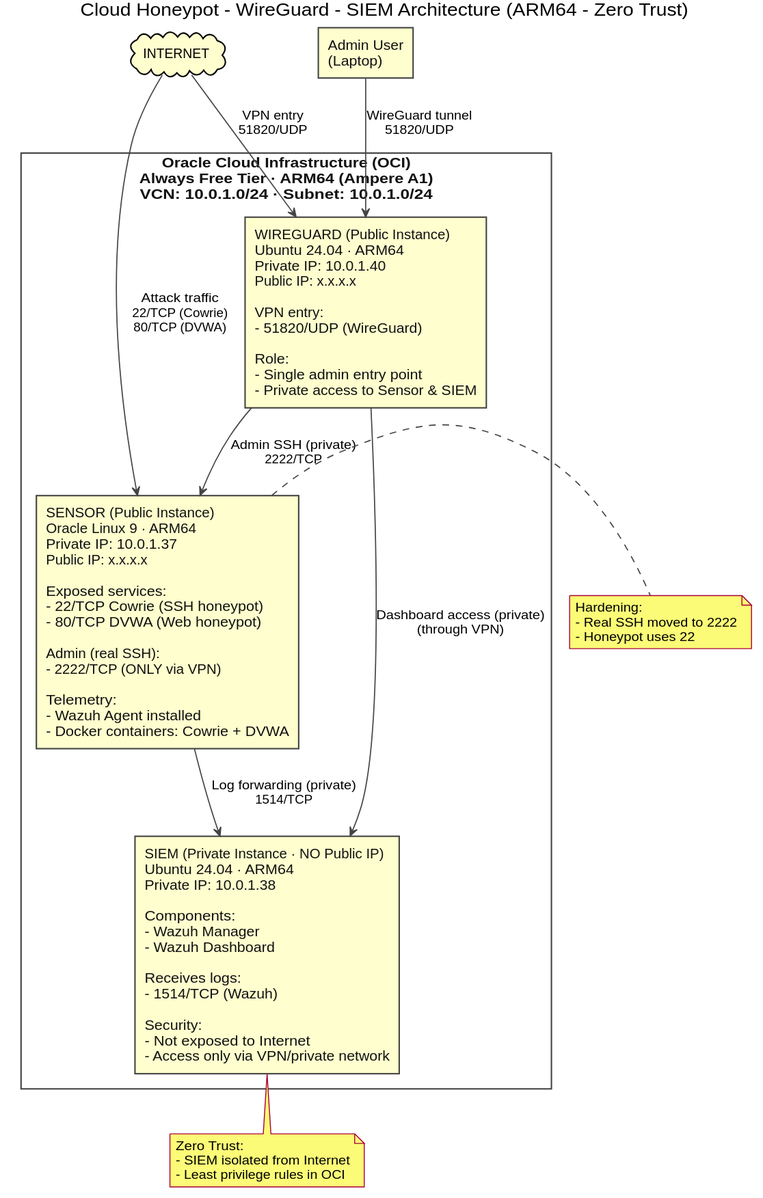
This is diagrams/topologia.svg from LuigiDelSordo/Cloud-Honeypot-WireGuard-SIEM, a PlantUML export, as it was before one commit.
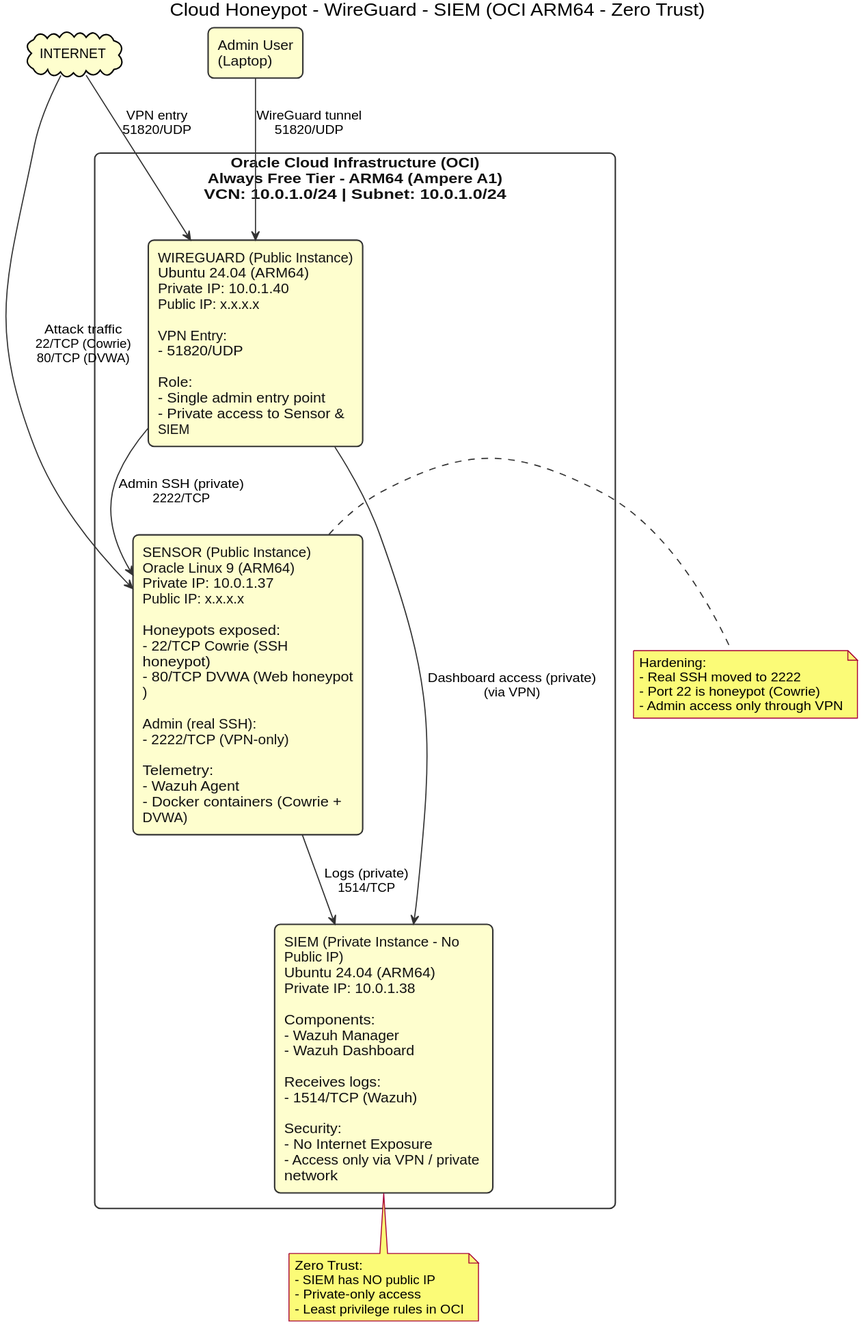
The same diagram one commit later.

Commit message:
Auto-render PlantUML diagrams

Diff of the diagram source:
```diff
@@ -1,44 +1,53 @@
 @startuml
 skinparam backgroundColor white
-skinparam Shadowing false
+skinparam shadowing false
 skinparam defaultFontName Arial
-skinparam RectangleBorderColor #444
-skinparam RectangleFontColor #111
-skinparam ArrowColor #444
 skinparam ArrowThickness 1.2
+skinparam ArrowColor #333333
+skinparam RectangleBorderColor #333333
+skinparam RectangleFontColor #111111
+skinparam RectangleRoundCorner 12
+skinparam wrapWidth 220
+skinparam maxMessageSize 180
 
-title Cloud Honeypot - WireGuard - SIEM Architecture (ARM64 - Zero Trust)
+title Cloud Honeypot - WireGuard - SIEM (OCI ARM64 - Zero Trust)
 
 cloud "INTERNET" as Internet
 rectangle "Admin User\n(Laptop)" as Admin
 
-rectangle "Oracle Cloud Infrastructure (OCI)\nAlways Free Tier · ARM64 (Ampere A1)\nVCN: 10.0.1.0/24 · Subnet: 10.0.1.0/24" as OCI {
+rectangle "Oracle Cloud Infrastructure (OCI)\nAlways Free Tier - ARM64 (Ampere A1)\nVCN: 10.0.1.0/24  |  Subnet: 10.0.1.0/24" as OCI {
 
-  rectangle "SENSOR (Public Instance)\nOracle Linux 9 · ARM64\nPrivate IP: 10.0.1.37\nPublic IP: x.x.x.x\n\nExposed services:\n- 22/TCP  Cowrie (SSH honeypot)\n- 80/TCP  DVWA (Web honeypot)\n\nAdmin (real SSH):\n- 2222/TCP (ONLY via VPN)\n\nTelemetry:\n- Wazuh Agent installed\n- Docker containers: Cowrie + DVWA" as Sensor
+  together {
+    rectangle "SENSOR (Public Instance)\nOracle Linux 9 (ARM64)\nPrivate IP: 10.0.1.37\nPublic IP: x.x.x.x\n\nHoneypots exposed:\n- 22/TCP  Cowrie (SSH honeypot)\n- 80/TCP  DVWA (Web honeypot)\n\nAdmin (real SSH):\n- 2222/TCP (VPN-only)\n\nTelemetry:\n- Wazuh Agent\n- Docker containers (Cowrie + DVWA)" as Sensor
 
-  rectangle "WIREGUARD (Public Instance)\nUbuntu 24.04 · ARM64\nPrivate IP: 10.0.1.40\nPublic IP: x.x.x.x\n\nVPN entry:\n- 51820/UDP (WireGuard)\n\nRole:\n- Single admin entry point\n- Private access to Sensor & SIEM" as WG
+    rectangle "WIREGUARD (Public Instance)\nUbuntu 24.04 (ARM64)\nPrivate IP: 10.0.1.40\nPublic IP: x.x.x.x\n\nVPN Entry:\n- 51820/UDP\n\nRole:\n- Single admin entry point\n- Private access to Sensor & SIEM" as WG
+  }
 
-  rectangle "SIEM (Private Instance · NO Public IP)\nUbuntu 24.04 · ARM64\nPrivate IP: 10.0.1.38\n\nComponents:\n- Wazuh Manager\n- Wazuh Dashboard\n\nReceives logs:\n- 1514/TCP (Wazuh)\n\nSecurity:\n- Not exposed to Internet\n- Access only via VPN/private network" as SIEM
+  rectangle "SIEM (Private Instance - No Public IP)\nUbuntu 24.04 (ARM64)\nPrivate IP: 10.0.1.38\n\nComponents:\n- Wazuh Manager\n- Wazuh Dashboard\n\nReceives logs:\n- 1514/TCP (Wazuh)\n\nSecurity:\n- No Internet Exposure\n- Access only via VPN / private network" as SIEM
+
 }
+
 
 Internet --> Sensor : Attack traffic\n22/TCP (Cowrie)\n80/TCP (DVWA)
 Internet --> WG : VPN entry\n51820/UDP
 
-Sensor --> SIEM : Log forwarding (private)\n1514/TCP
+Sensor --> SIEM : Logs (private)\n1514/TCP
 
 Admin --> WG : WireGuard tunnel\n51820/UDP
 WG --> Sensor : Admin SSH (private)\n2222/TCP
-WG --> SIEM : Dashboard access (private)\n(through VPN)
+WG --> SIEM : Dashboard access (private)\n(via VPN)
 
 note right of Sensor
 Hardening:
 - Real SSH moved to 2222
-- Honeypot uses 22
+- Port 22 is honeypot (Cowrie)
+- Admin access only through VPN
 end note
 
 note bottom of SIEM
 Zero Trust:
-- SIEM isolated from Internet
+- SIEM has NO public IP
+- Private-only access
 - Least privilege rules in OCI
 end note
 
```
